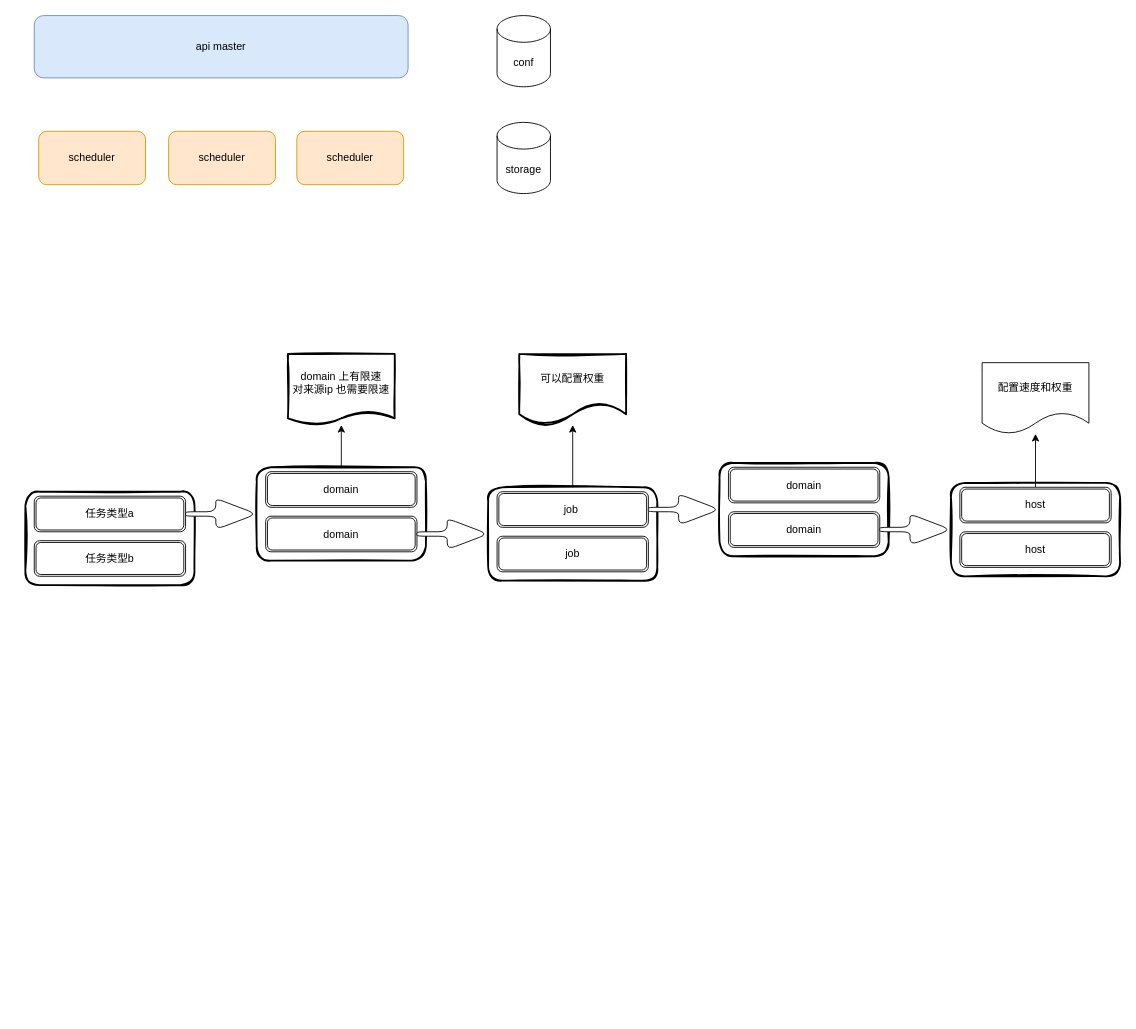
The draw.io diagram alubisi.drawio in mumodenan/draw.io, before the edit. Source tidied: cells renumbered, new cells numbered last; positions are measured from the earlier drawing's top-left corner, leaving out a move shared by most shapes. Both pictures are drawn from the tidied source at 89%, with x=0, y=0 at pixel (25, 15).
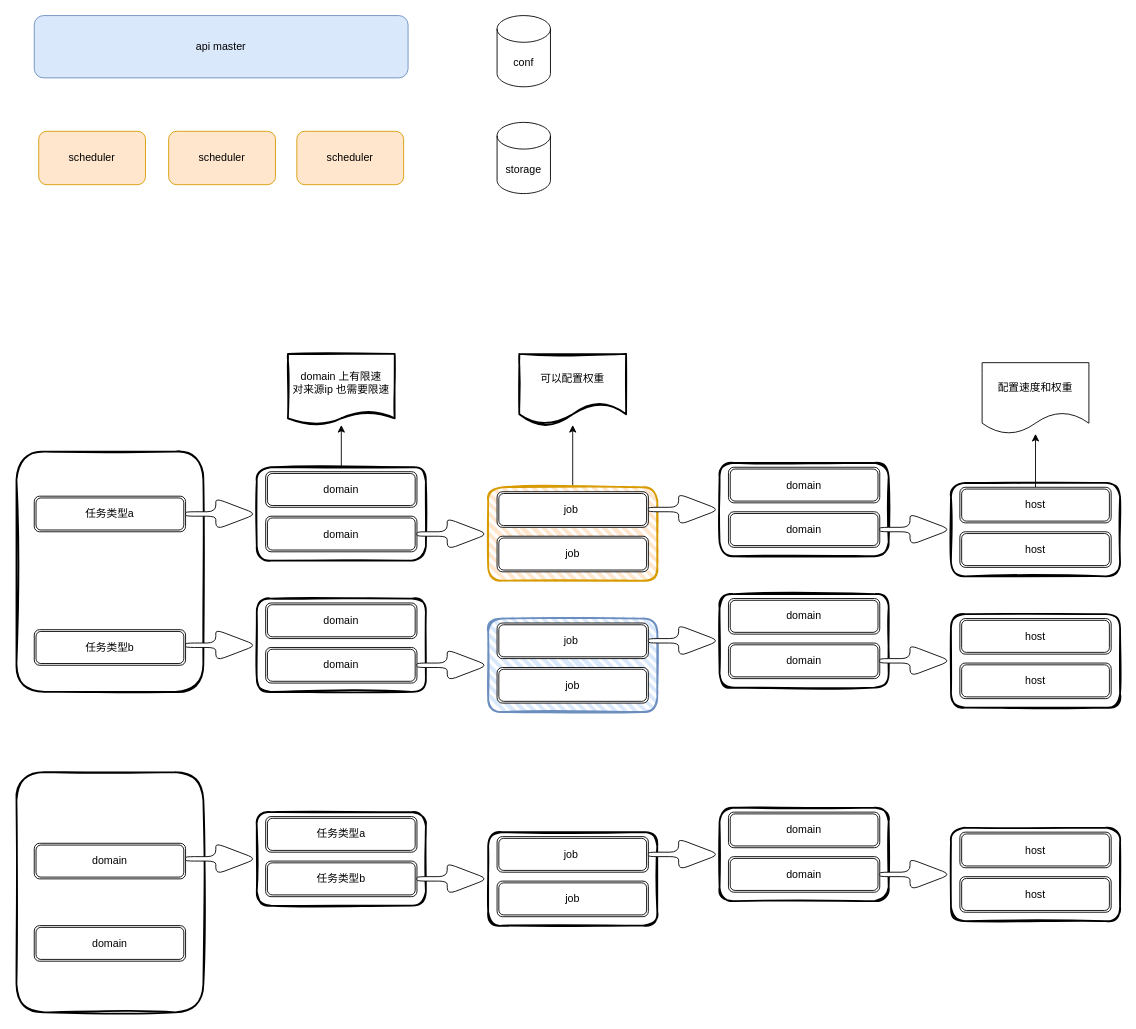
The same diagram, later.

The edit, as a diff of the source:
```diff
@@
+    <mxCell id="33" style="rounded=1;whiteSpace=wrap;html=1;strokeWidth=2;fillWeight=4;hachureGap=8;hachureAngle=45;fillColor=none;sketch=1;" parent="1" vertex="1">
+      <mxGeometry x="-10" y="850" width="210" height="270" as="geometry" />
+    </mxCell>
@@
     <mxCell id="8" style="rounded=1;whiteSpace=wrap;html=1;strokeWidth=2;fillWeight=4;hachureGap=8;hachureAngle=45;fillColor=none;sketch=1;" parent="1" vertex="1">
-      <mxGeometry y="535" width="190" height="105" as="geometry" />
+      <mxGeometry x="-10" y="490" width="210" height="270" as="geometry" />
     </mxCell>
@@
     <mxCell id="10" value="任务类型b" style="shape=ext;double=1;rounded=1;whiteSpace=wrap;html=1;" parent="1" vertex="1">
-      <mxGeometry x="10" y="590" width="170" height="40" as="geometry" />
+      <mxGeometry x="10" y="690" width="170" height="40" as="geometry" />
     </mxCell>
@@
-    <mxCell id="18" style="rounded=1;whiteSpace=wrap;html=1;strokeWidth=2;fillWeight=4;hachureGap=8;hachureAngle=45;fillColor=none;sketch=1;" parent="1" vertex="1">
+    <mxCell id="18" style="rounded=1;whiteSpace=wrap;html=1;strokeWidth=2;fillWeight=4;hachureGap=8;hachureAngle=45;fillColor=#ffe6cc;sketch=1;strokeColor=#d79b00;" parent="1" vertex="1">
       <mxGeometry x="520" y="530" width="190" height="105" as="geometry" />
     </mxCell>
@@
+    <mxCell id="34" style="shape=singleArrow;whiteSpace=wrap;html=1;arrowWidth=0.14285714285714285;arrowSize=0.575;rounded=1;" parent="1" vertex="1">
+      <mxGeometry x="180" y="690" width="80" height="35" as="geometry" />
+    </mxCell>
+    <mxCell id="35" style="rounded=1;whiteSpace=wrap;html=1;strokeWidth=2;fillWeight=4;hachureGap=8;hachureAngle=45;fillColor=none;sketch=1;" parent="1" vertex="1">
+      <mxGeometry x="260" y="655" width="190" height="105" as="geometry" />
+    </mxCell>
+    <mxCell id="36" value="domain" style="shape=ext;double=1;rounded=1;whiteSpace=wrap;html=1;" parent="1" vertex="1">
+      <mxGeometry x="270" y="660" width="170" height="40" as="geometry" />
+    </mxCell>
+    <mxCell id="37" value="domain" style="shape=ext;double=1;rounded=1;whiteSpace=wrap;html=1;" parent="1" vertex="1">
+      <mxGeometry x="270" y="710" width="170" height="40" as="geometry" />
+    </mxCell>
+    <mxCell id="38" style="shape=singleArrow;whiteSpace=wrap;html=1;arrowWidth=0.14285714285714285;arrowSize=0.575;rounded=1;" parent="1" vertex="1">
+      <mxGeometry x="440" y="712.5" width="80" height="35" as="geometry" />
+    </mxCell>
+    <mxCell id="39" style="rounded=1;whiteSpace=wrap;html=1;strokeWidth=2;fillWeight=4;hachureGap=8;hachureAngle=45;fillColor=#dae8fc;sketch=1;strokeColor=#6c8ebf;" parent="1" vertex="1">
+      <mxGeometry x="520" y="677.5" width="190" height="105" as="geometry" />
+    </mxCell>
+    <mxCell id="40" value="job&amp;nbsp;" style="shape=ext;double=1;rounded=1;whiteSpace=wrap;html=1;" parent="1" vertex="1">
+      <mxGeometry x="530" y="682.5" width="170" height="40" as="geometry" />
+    </mxCell>
+    <mxCell id="41" value="job" style="shape=ext;double=1;rounded=1;whiteSpace=wrap;html=1;" parent="1" vertex="1">
+      <mxGeometry x="530" y="732.5" width="170" height="40" as="geometry" />
+    </mxCell>
+    <mxCell id="42" style="shape=singleArrow;whiteSpace=wrap;html=1;arrowWidth=0.14285714285714285;arrowSize=0.575;rounded=1;" parent="1" vertex="1">
+      <mxGeometry x="700" y="685" width="80" height="35" as="geometry" />
+    </mxCell>
+    <mxCell id="43" style="rounded=1;whiteSpace=wrap;html=1;strokeWidth=2;fillWeight=4;hachureGap=8;hachureAngle=45;fillColor=none;sketch=1;" parent="1" vertex="1">
+      <mxGeometry x="780" y="650" width="190" height="105" as="geometry" />
+    </mxCell>
+    <mxCell id="44" value="domain" style="shape=ext;double=1;rounded=1;whiteSpace=wrap;html=1;" parent="1" vertex="1">
+      <mxGeometry x="790" y="655" width="170" height="40" as="geometry" />
+    </mxCell>
+    <mxCell id="45" value="domain" style="shape=ext;double=1;rounded=1;whiteSpace=wrap;html=1;" parent="1" vertex="1">
+      <mxGeometry x="790" y="705" width="170" height="40" as="geometry" />
+    </mxCell>
+    <mxCell id="46" style="shape=singleArrow;whiteSpace=wrap;html=1;arrowWidth=0.14285714285714285;arrowSize=0.575;rounded=1;" parent="1" vertex="1">
+      <mxGeometry x="960" y="707.5" width="80" height="35" as="geometry" />
+    </mxCell>
+    <mxCell id="47" style="rounded=1;whiteSpace=wrap;html=1;strokeWidth=2;fillWeight=4;hachureGap=8;hachureAngle=45;fillColor=none;sketch=1;" parent="1" vertex="1">
+      <mxGeometry x="1040" y="672.5" width="190" height="105" as="geometry" />
+    </mxCell>
+    <mxCell id="48" value="host" style="shape=ext;double=1;rounded=1;whiteSpace=wrap;html=1;" parent="1" vertex="1">
+      <mxGeometry x="1050" y="677.5" width="170" height="40" as="geometry" />
+    </mxCell>
+    <mxCell id="49" value="host" style="shape=ext;double=1;rounded=1;whiteSpace=wrap;html=1;" parent="1" vertex="1">
+      <mxGeometry x="1050" y="727.5" width="170" height="40" as="geometry" />
+    </mxCell>
+    <mxCell id="50" value="domain" style="shape=ext;double=1;rounded=1;whiteSpace=wrap;html=1;" parent="1" vertex="1">
+      <mxGeometry x="10" y="930" width="170" height="40" as="geometry" />
+    </mxCell>
+    <mxCell id="51" style="shape=singleArrow;whiteSpace=wrap;html=1;arrowWidth=0.14285714285714285;arrowSize=0.575;rounded=1;" parent="1" vertex="1">
+      <mxGeometry x="180" y="930" width="80" height="35" as="geometry" />
+    </mxCell>
+    <mxCell id="52" style="rounded=1;whiteSpace=wrap;html=1;strokeWidth=2;fillWeight=4;hachureGap=8;hachureAngle=45;fillColor=none;sketch=1;" parent="1" vertex="1">
+      <mxGeometry x="260" y="895" width="190" height="105" as="geometry" />
+    </mxCell>
+    <mxCell id="53" value="任务类型a" style="shape=ext;double=1;rounded=1;whiteSpace=wrap;html=1;" parent="1" vertex="1">
+      <mxGeometry x="270" y="900" width="170" height="40" as="geometry" />
+    </mxCell>
+    <mxCell id="54" value="任务类型b" style="shape=ext;double=1;rounded=1;whiteSpace=wrap;html=1;" parent="1" vertex="1">
+      <mxGeometry x="270" y="950" width="170" height="40" as="geometry" />
+    </mxCell>
+    <mxCell id="55" style="shape=singleArrow;whiteSpace=wrap;html=1;arrowWidth=0.14285714285714285;arrowSize=0.575;rounded=1;" parent="1" vertex="1">
+      <mxGeometry x="440" y="952.5" width="80" height="35" as="geometry" />
+    </mxCell>
+    <mxCell id="56" style="rounded=1;whiteSpace=wrap;html=1;strokeWidth=2;fillWeight=4;hachureGap=8;hachureAngle=45;sketch=1;" parent="1" vertex="1">
+      <mxGeometry x="520" y="917.5" width="190" height="105" as="geometry" />
+    </mxCell>
+    <mxCell id="57" value="job&amp;nbsp;" style="shape=ext;double=1;rounded=1;whiteSpace=wrap;html=1;" parent="1" vertex="1">
+      <mxGeometry x="530" y="922.5" width="170" height="40" as="geometry" />
+    </mxCell>
+    <mxCell id="58" value="job" style="shape=ext;double=1;rounded=1;whiteSpace=wrap;html=1;" parent="1" vertex="1">
+      <mxGeometry x="530" y="972.5" width="170" height="40" as="geometry" />
+    </mxCell>
+    <mxCell id="59" style="shape=singleArrow;whiteSpace=wrap;html=1;arrowWidth=0.14285714285714285;arrowSize=0.575;rounded=1;" parent="1" vertex="1">
+      <mxGeometry x="700" y="925" width="80" height="35" as="geometry" />
+    </mxCell>
+    <mxCell id="60" style="rounded=1;whiteSpace=wrap;html=1;strokeWidth=2;fillWeight=4;hachureGap=8;hachureAngle=45;fillColor=none;sketch=1;" parent="1" vertex="1">
+      <mxGeometry x="780" y="890" width="190" height="105" as="geometry" />
+    </mxCell>
+    <mxCell id="61" value="domain" style="shape=ext;double=1;rounded=1;whiteSpace=wrap;html=1;" parent="1" vertex="1">
+      <mxGeometry x="790" y="895" width="170" height="40" as="geometry" />
+    </mxCell>
+    <mxCell id="62" value="domain" style="shape=ext;double=1;rounded=1;whiteSpace=wrap;html=1;" parent="1" vertex="1">
+      <mxGeometry x="790" y="945" width="170" height="40" as="geometry" />
+    </mxCell>
+    <mxCell id="63" style="shape=singleArrow;whiteSpace=wrap;html=1;arrowWidth=0.14285714285714285;arrowSize=0.575;rounded=1;" parent="1" vertex="1">
+      <mxGeometry x="960" y="947.5" width="80" height="35" as="geometry" />
+    </mxCell>
+    <mxCell id="64" style="rounded=1;whiteSpace=wrap;html=1;strokeWidth=2;fillWeight=4;hachureGap=8;hachureAngle=45;fillColor=none;sketch=1;" parent="1" vertex="1">
+      <mxGeometry x="1040" y="912.5" width="190" height="105" as="geometry" />
+    </mxCell>
+    <mxCell id="65" value="host" style="shape=ext;double=1;rounded=1;whiteSpace=wrap;html=1;" parent="1" vertex="1">
+      <mxGeometry x="1050" y="917.5" width="170" height="40" as="geometry" />
+    </mxCell>
+    <mxCell id="66" value="host" style="shape=ext;double=1;rounded=1;whiteSpace=wrap;html=1;" parent="1" vertex="1">
+      <mxGeometry x="1050" y="967.5" width="170" height="40" as="geometry" />
+    </mxCell>
+    <mxCell id="67" value="domain" style="shape=ext;double=1;rounded=1;whiteSpace=wrap;html=1;" parent="1" vertex="1">
+      <mxGeometry x="10" y="1022.5" width="170" height="40" as="geometry" />
+    </mxCell>
```
